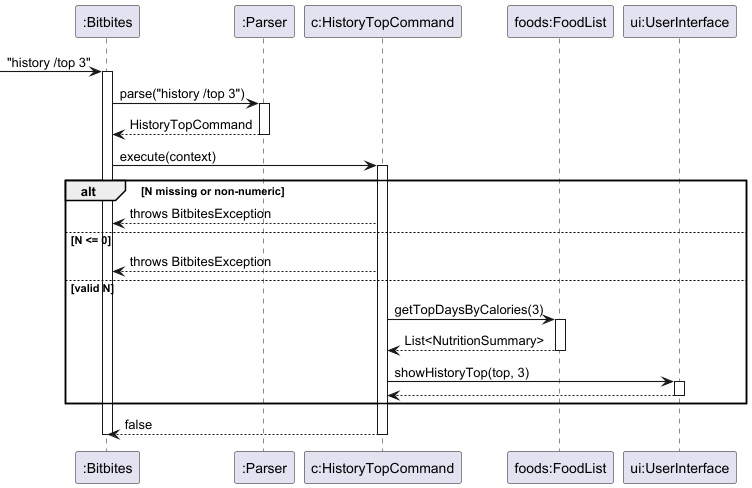
This is docs/uml/history.png from AY2526S2-CS2113-F14-2/tp, a PlantUML export, as it was before one commit. Its diagram source:
```plantuml
@startuml history_top
skinparam arrowThickness 1.1
skinparam maxMessageSize 150

participant ":Bitbites" as Bitbites
participant ":Parser" as Parser
participant "c:HistoryTopCommand" as Cmd
participant "foods:FoodList" as FoodList
participant "ui:UserInterface" as UI

-> Bitbites : "history /top 3"
activate Bitbites

Bitbites -> Parser : parse("history /top 3")
activate Parser
Parser --> Bitbites : HistoryTopCommand
deactivate Parser

Bitbites -> Cmd : execute(context)
activate Cmd

alt N missing or non-numeric
    Cmd --> Bitbites : throws BitbitesException
else N <= 0
    Cmd --> Bitbites : throws BitbitesException
else valid N
    Cmd -> FoodList : getTopDaysByCalories(3)
    activate FoodList
    FoodList --> Cmd : List<NutritionSummary>
    deactivate FoodList

    Cmd -> UI : showHistoryTop(top, 3)
    activate UI
    UI --> Cmd
    deactivate UI
end

Cmd --> Bitbites : false
deactivate Cmd
deactivate Bitbites
@enduml
```
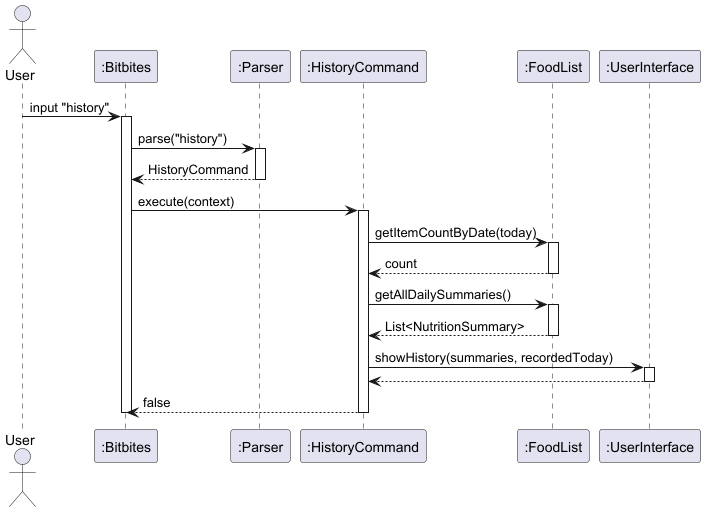
Later version of the same file.

The edit, as a diff of the source:
```diff
@@ -1,39 +1,36 @@
-@startuml history_top
-skinparam arrowThickness 1.1
-skinparam maxMessageSize 150
-
+@startuml
+actor User
 participant ":Bitbites" as Bitbites
 participant ":Parser" as Parser
-participant "c:HistoryTopCommand" as Cmd
-participant "foods:FoodList" as FoodList
-participant "ui:UserInterface" as UI
+participant ":HistoryCommand" as Cmd
+participant ":FoodList" as FoodList
+participant ":UserInterface" as UI
 
--> Bitbites : "history /top 3"
+User -> Bitbites : input "history"
 activate Bitbites
 
-Bitbites -> Parser : parse("history /top 3")
+Bitbites -> Parser : parse("history")
 activate Parser
-Parser --> Bitbites : HistoryTopCommand
+Parser --> Bitbites : HistoryCommand
 deactivate Parser
 
 Bitbites -> Cmd : execute(context)
 activate Cmd
 
-alt N missing or non-numeric
-    Cmd --> Bitbites : throws BitbitesException
-else N <= 0
-    Cmd --> Bitbites : throws BitbitesException
-else valid N
-    Cmd -> FoodList : getTopDaysByCalories(3)
-    activate FoodList
-    FoodList --> Cmd : List<NutritionSummary>
-    deactivate FoodList
+Cmd -> FoodList : getItemCountByDate(today)
+activate FoodList
+FoodList --> Cmd : count
+deactivate FoodList
 
-    Cmd -> UI : showHistoryTop(top, 3)
-    activate UI
-    UI --> Cmd
-    deactivate UI
-end
+Cmd -> FoodList : getAllDailySummaries()
+activate FoodList
+FoodList --> Cmd : List<NutritionSummary>
+deactivate FoodList
+
+Cmd -> UI : showHistory(summaries, recordedToday)
+activate UI
+UI --> Cmd
+deactivate UI
 
 Cmd --> Bitbites : false
 deactivate Cmd
```
